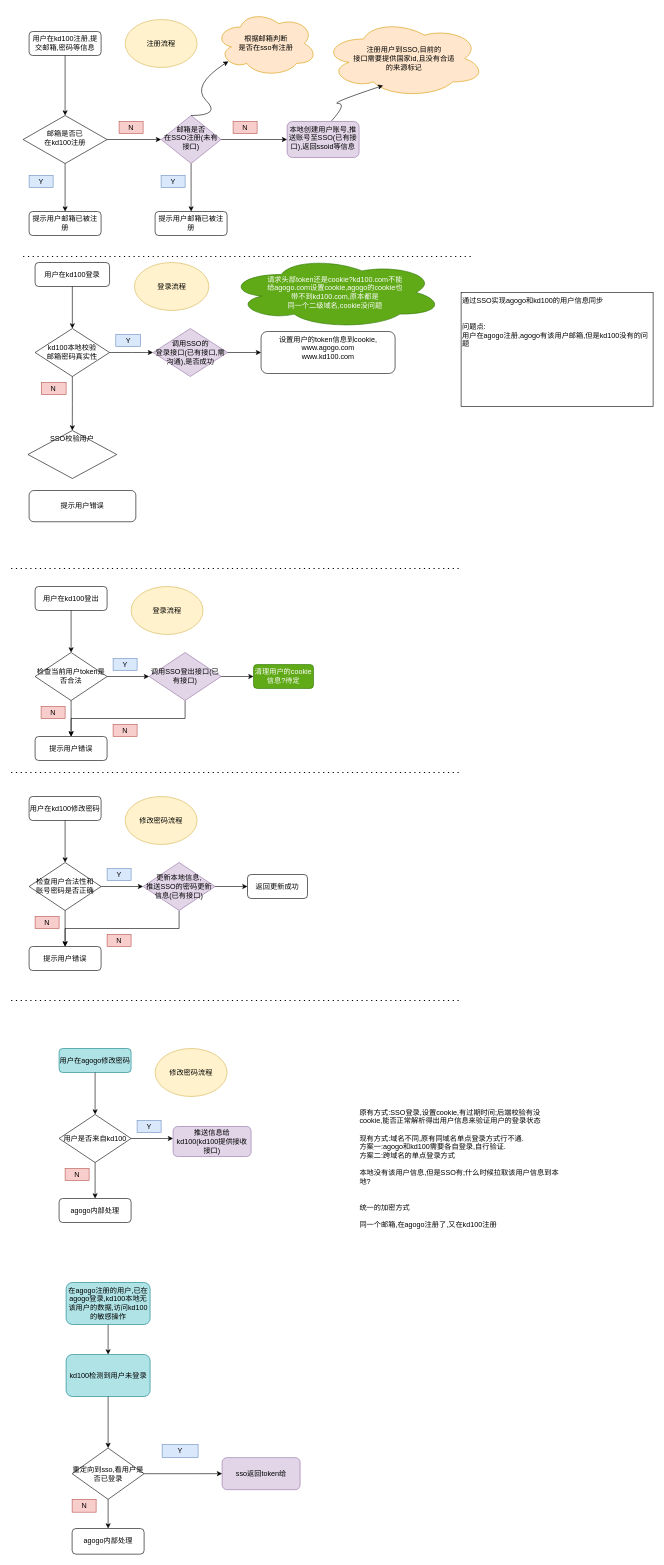
The draw.io diagram Untitled Diagram.drawio in KAKALZF/image, before the edit. Source tidied: cells renumbered, new cells numbered last; positions are measured from the earlier drawing's top-left corner, leaving out a move shared by most shapes. Both pictures are drawn from the tidied source at 60%, with x=0, y=0 at pixel (11, 10).
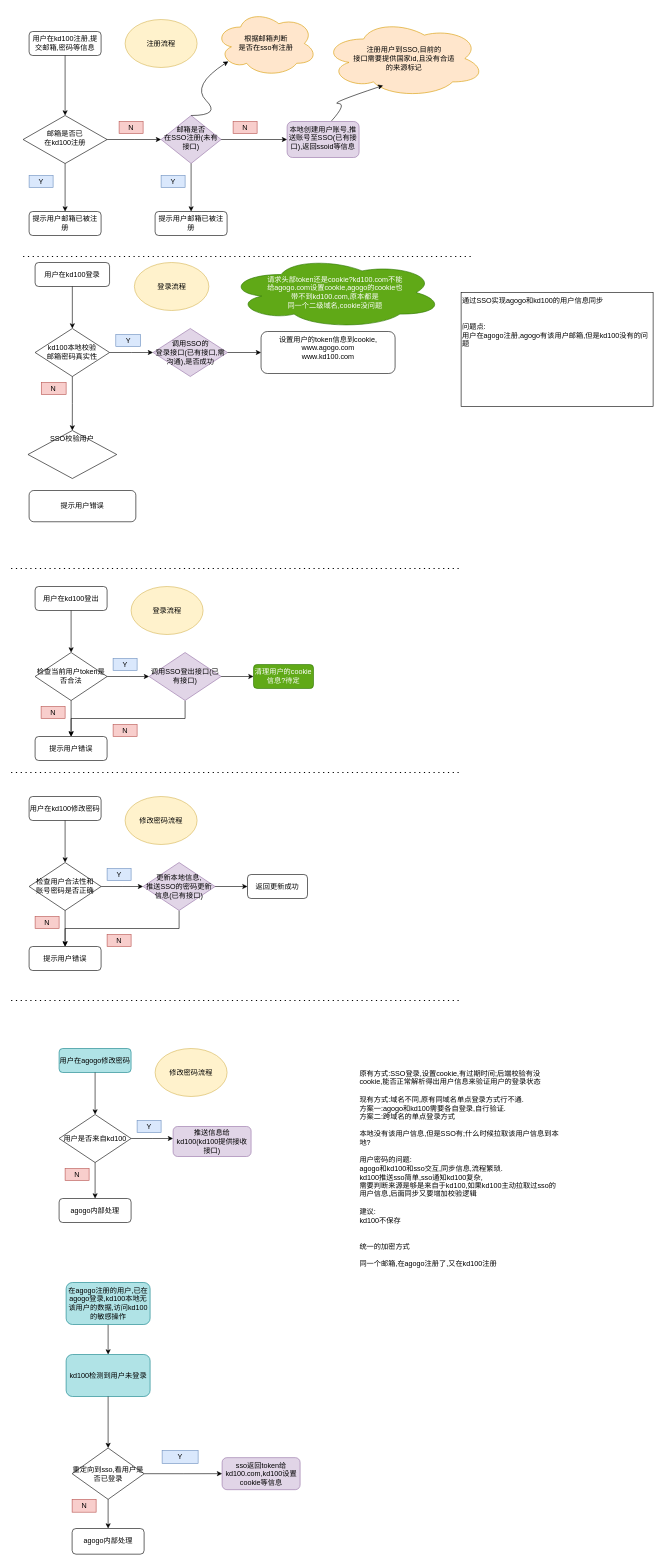
The same diagram, later.

Change to the diagram source:
```diff
@@
-    <mxCell id="68" value="&lt;div align=&quot;left&quot;&gt;原有方式:SSO登录,设置cookie,有过期时间;后端校验有没cookie,能否正常解析得出用户信息来验证用户的登录状态&lt;br&gt;&lt;/div&gt;&lt;div align=&quot;left&quot;&gt;&lt;br&gt;&lt;/div&gt;&lt;div align=&quot;left&quot;&gt;现有方式:域名不同,原有同域名单点登录方式行不通.&lt;/div&gt;&lt;div align=&quot;left&quot;&gt;方案一:agogo和kd100需要各自登录,自行验证.&lt;/div&gt;&lt;div align=&quot;left&quot;&gt;方案二:跨域名的单点登录方式&lt;br&gt;&lt;/div&gt;&lt;div align=&quot;left&quot;&gt;&lt;br&gt;&lt;/div&gt;&lt;div align=&quot;left&quot;&gt;本地没有该用户信息,但是SSO有;什么时候拉取该用户信息到本地?&lt;/div&gt;&lt;div align=&quot;left&quot;&gt;&lt;br&gt;&lt;/div&gt;&lt;div align=&quot;left&quot;&gt;&lt;br&gt;&lt;/div&gt;&lt;div align=&quot;left&quot;&gt;统一的加密方式&lt;/div&gt;&lt;div align=&quot;left&quot;&gt;&lt;br&gt;&lt;/div&gt;&lt;div align=&quot;left&quot;&gt;同一个邮箱,在agogo注册了,又在kd100注册&lt;br&gt;&lt;/div&gt;" style="text;html=1;strokeColor=none;fillColor=none;align=center;verticalAlign=middle;whiteSpace=wrap;rounded=0;" parent="1" vertex="1">
+    <mxCell id="68" value="&lt;div align=&quot;left&quot;&gt;原有方式:SSO登录,设置cookie,有过期时间;后端校验有没cookie,能否正常解析得出用户信息来验证用户的登录状态&lt;br&gt;&lt;/div&gt;&lt;div align=&quot;left&quot;&gt;&lt;br&gt;&lt;/div&gt;&lt;div align=&quot;left&quot;&gt;现有方式:域名不同,原有同域名单点登录方式行不通.&lt;/div&gt;&lt;div align=&quot;left&quot;&gt;方案一:agogo和kd100需要各自登录,自行验证.&lt;/div&gt;&lt;div align=&quot;left&quot;&gt;方案二:跨域名的单点登录方式&lt;br&gt;&lt;/div&gt;&lt;div align=&quot;left&quot;&gt;&lt;br&gt;&lt;/div&gt;&lt;div align=&quot;left&quot;&gt;本地没有该用户信息,但是SSO有;什么时候拉取该用户信息到本地?&lt;/div&gt;&lt;div align=&quot;left&quot;&gt;&lt;br&gt;&lt;/div&gt;&lt;div align=&quot;left&quot;&gt;用户密码的问题:&lt;/div&gt;&lt;div align=&quot;left&quot;&gt;agogo和kd100和sso交互,同步信息,流程繁琐.&lt;/div&gt;&lt;div align=&quot;left&quot;&gt;kd100推送sso简单,sso通知kd100复杂,&lt;/div&gt;&lt;div align=&quot;left&quot;&gt;需要判断来源是够是来自于kd100,如果kd100主动拉取过sso的用户信息,后面同步又要增加校验逻辑&lt;/div&gt;&lt;div align=&quot;left&quot;&gt;&lt;br&gt;&lt;/div&gt;&lt;div align=&quot;left&quot;&gt;建议:&lt;/div&gt;&lt;div align=&quot;left&quot;&gt;kd100不保存&lt;br&gt;&lt;/div&gt;&lt;div align=&quot;left&quot;&gt;&lt;br&gt;&lt;/div&gt;&lt;div align=&quot;left&quot;&gt;&lt;br&gt;&lt;/div&gt;&lt;div align=&quot;left&quot;&gt;统一的加密方式&lt;/div&gt;&lt;div align=&quot;left&quot;&gt;&lt;br&gt;&lt;/div&gt;&lt;div align=&quot;left&quot;&gt;同一个邮箱,在agogo注册了,又在kd100注册&lt;br&gt;&lt;/div&gt;" style="text;html=1;strokeColor=none;fillColor=none;align=center;verticalAlign=middle;whiteSpace=wrap;rounded=0;" parent="1" vertex="1">
       <mxGeometry x="580" y="1750" width="335" height="360" as="geometry" />
     </mxCell>
@@
     <mxCell id="90" value="Y" style="text;html=1;strokeColor=#6c8ebf;fillColor=#dae8fc;align=center;verticalAlign=middle;whiteSpace=wrap;rounded=0;" parent="1" vertex="1">
-      <mxGeometry x="251.7" y="2390.2" width="60" height="21.7" as="geometry" />
+      <mxGeometry x="251.7" y="2400" width="60" height="21.7" as="geometry" />
     </mxCell>
-    <mxCell id="91" value="sso返回token给" style="rounded=1;whiteSpace=wrap;html=1;fillColor=#e1d5e7;strokeColor=#9673a6;" parent="1" vertex="1">
+    <mxCell id="91" value="sso返回token给kd100.com,kd100设置cookie等信息" style="rounded=1;whiteSpace=wrap;html=1;fillColor=#e1d5e7;strokeColor=#9673a6;" parent="1" vertex="1">
       <mxGeometry x="351.7" y="2411.9" width="130" height="53.4" as="geometry" />
     </mxCell>
```
